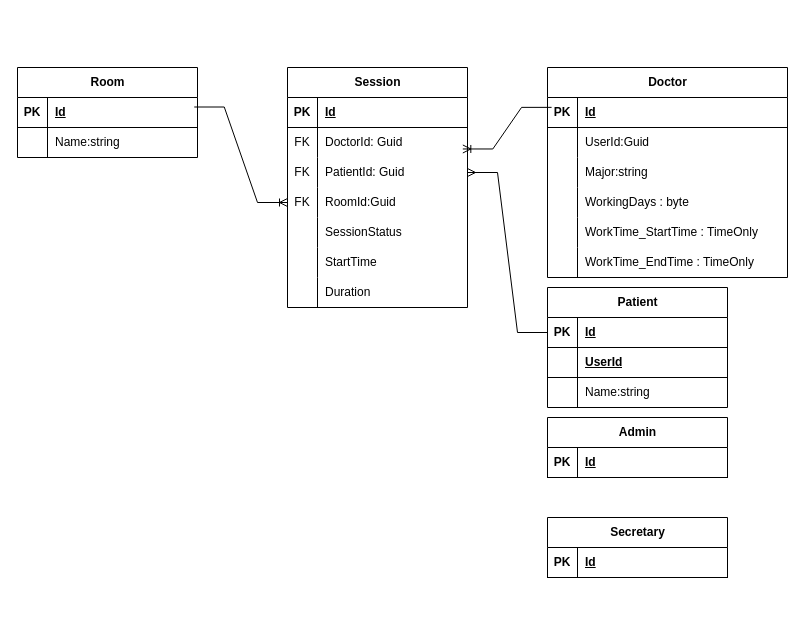
The draw.io diagram diagrams/Database.drawio in Azero77/PrivateClinicalSystem, before the edit. Source tidied: cells renumbered, new cells numbered last; positions are measured from the earlier drawing's top-left corner, leaving out a move shared by most shapes. Both pictures are drawn from the tidied source at 100%, with x=0, y=0 at pixel (17, -119).
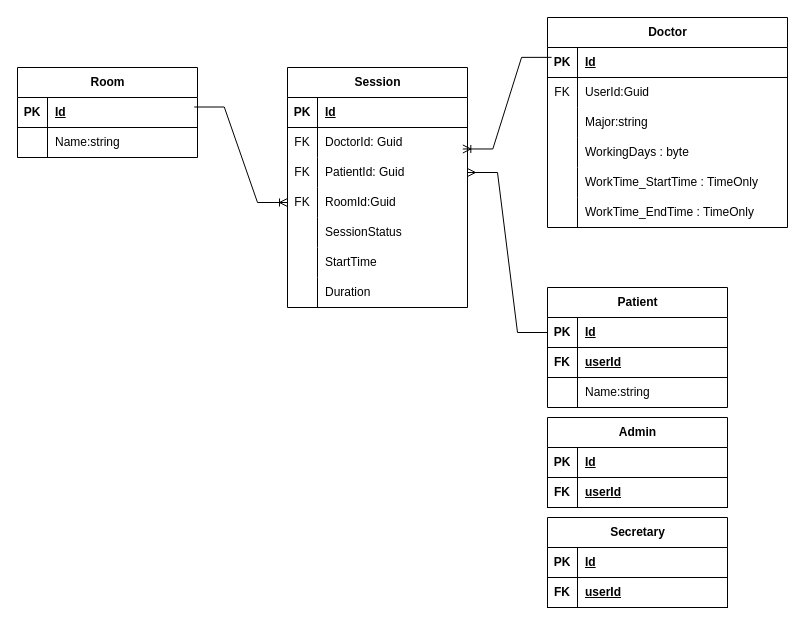
The same page after the edit.

Unchanged cells that the change refers to:
```xml
<mxCell id="28" style="shape=tableRow;horizontal=0;startSize=0;swimlaneHead=0;swimlaneBody=0;fillColor=none;top=0;left=0;right=0;bottom=0;" parent="24" vertex="1">
  <mxGeometry y="60" width="240" height="30" as="geometry" />
</mxCell>
<mxCell id="56" style="shape=tableRow;horizontal=0;startSize=0;swimlaneHead=0;swimlaneBody=0;fillColor=none;top=0;left=0;right=0;bottom=1;" parent="52" vertex="1">
  <mxGeometry y="60" width="180" height="30" as="geometry" />
</mxCell>
```

Diff of the diagram source:
```diff
@@
     <mxCell id="24" value="Doctor" style="shape=table;startSize=30;childLayout=tableLayout;rowLines=0;fontStyle=1;align=center;html=1;" parent="1" vertex="1">
-      <mxGeometry x="530" y="186" width="240" height="210" as="geometry" />
+      <mxGeometry x="530" y="136" width="240" height="210" as="geometry" />
     </mxCell>
@@
-    <mxCell id="29" style="shape=partialRectangle;fillColor=none;top=0;left=0;bottom=0;right=0;overflow=hidden;whiteSpace=wrap;html=1;" parent="28" vertex="1">
+    <mxCell id="29" value="FK" style="shape=partialRectangle;fillColor=none;top=0;left=0;bottom=0;right=0;overflow=hidden;whiteSpace=wrap;html=1;" parent="28" vertex="1">
       <mxGeometry width="30" height="30" as="geometry" />
     </mxCell>
@@
-    <mxCell id="57" style="shape=partialRectangle;fillColor=none;top=0;left=0;bottom=0;right=0;fontStyle=1;overflow=hidden;whiteSpace=wrap;html=1;" parent="56" vertex="1">
+    <mxCell id="57" value="FK" style="shape=partialRectangle;fillColor=none;top=0;left=0;bottom=0;right=0;fontStyle=1;overflow=hidden;whiteSpace=wrap;html=1;" parent="56" vertex="1">
       <mxGeometry width="30" height="30" as="geometry" />
     </mxCell>
-    <mxCell id="58" value="UserId" style="shape=partialRectangle;fillColor=none;top=0;left=0;bottom=0;right=0;align=left;spacingLeft=6;fontStyle=5;overflow=hidden;whiteSpace=wrap;html=1;" parent="56" vertex="1">
+    <mxCell id="58" value="userId" style="shape=partialRectangle;fillColor=none;top=0;left=0;bottom=0;right=0;align=left;spacingLeft=6;fontStyle=5;overflow=hidden;whiteSpace=wrap;html=1;" parent="56" vertex="1">
       <mxGeometry x="30" width="150" height="30" as="geometry" />
     </mxCell>
@@
     <mxCell id="63" value="Admin" style="shape=table;startSize=30;childLayout=tableLayout;rowLines=0;fontStyle=1;align=center;html=1;" parent="1" vertex="1">
-      <mxGeometry x="530" y="536" width="180" height="60" as="geometry" />
+      <mxGeometry x="530" y="536" width="180" height="90" as="geometry" />
     </mxCell>
@@
+    <mxCell id="71" style="shape=tableRow;horizontal=0;startSize=0;swimlaneHead=0;swimlaneBody=0;fillColor=none;top=0;left=0;right=0;bottom=1;" parent="63" vertex="1">
+      <mxGeometry y="60" width="180" height="30" as="geometry" />
+    </mxCell>
+    <mxCell id="72" value="FK" style="shape=partialRectangle;fillColor=none;top=0;left=0;bottom=0;right=0;fontStyle=1;overflow=hidden;whiteSpace=wrap;html=1;" parent="71" vertex="1">
+      <mxGeometry width="30" height="30" as="geometry" />
+    </mxCell>
+    <mxCell id="73" value="userId" style="shape=partialRectangle;fillColor=none;top=0;left=0;bottom=0;right=0;align=left;spacingLeft=6;fontStyle=5;overflow=hidden;whiteSpace=wrap;html=1;" parent="71" vertex="1">
+      <mxGeometry x="30" width="150" height="30" as="geometry" />
+    </mxCell>
     <mxCell id="67" value="Secretary" style="shape=table;startSize=30;childLayout=tableLayout;rowLines=0;fontStyle=1;align=center;html=1;" parent="1" vertex="1">
-      <mxGeometry x="530" y="636" width="180" height="60" as="geometry" />
+      <mxGeometry x="530" y="636" width="180" height="90" as="geometry" />
     </mxCell>
@@
+    <mxCell id="74" style="shape=tableRow;horizontal=0;startSize=0;swimlaneHead=0;swimlaneBody=0;fillColor=none;top=0;left=0;right=0;bottom=1;" parent="67" vertex="1">
+      <mxGeometry y="60" width="180" height="30" as="geometry" />
+    </mxCell>
+    <mxCell id="75" value="FK" style="shape=partialRectangle;fillColor=none;top=0;left=0;bottom=0;right=0;fontStyle=1;overflow=hidden;whiteSpace=wrap;html=1;" parent="74" vertex="1">
+      <mxGeometry width="30" height="30" as="geometry" />
+    </mxCell>
+    <mxCell id="76" value="userId" style="shape=partialRectangle;fillColor=none;top=0;left=0;bottom=0;right=0;align=left;spacingLeft=6;fontStyle=5;overflow=hidden;whiteSpace=wrap;html=1;" parent="74" vertex="1">
+      <mxGeometry x="30" width="150" height="30" as="geometry" />
+    </mxCell>
```
